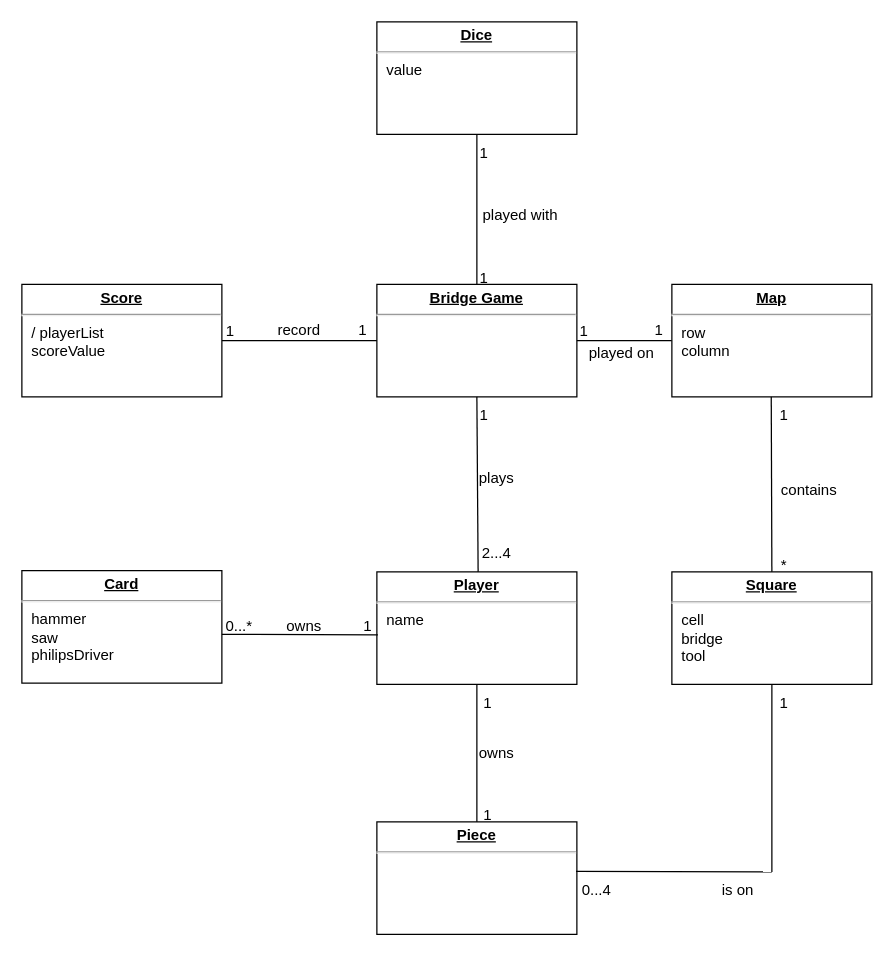
Earlier version of the draw.io diagram diagram/DomainModel.drawio (iGH01gi/SE_Term_Project). Source tidied: cells renumbered, new cells numbered last; positions are measured from the earlier drawing's top-left corner, leaving out a move shared by most shapes. Both pictures are drawn from the tidied source at 125%, with x=0, y=0 at pixel (21, 21).
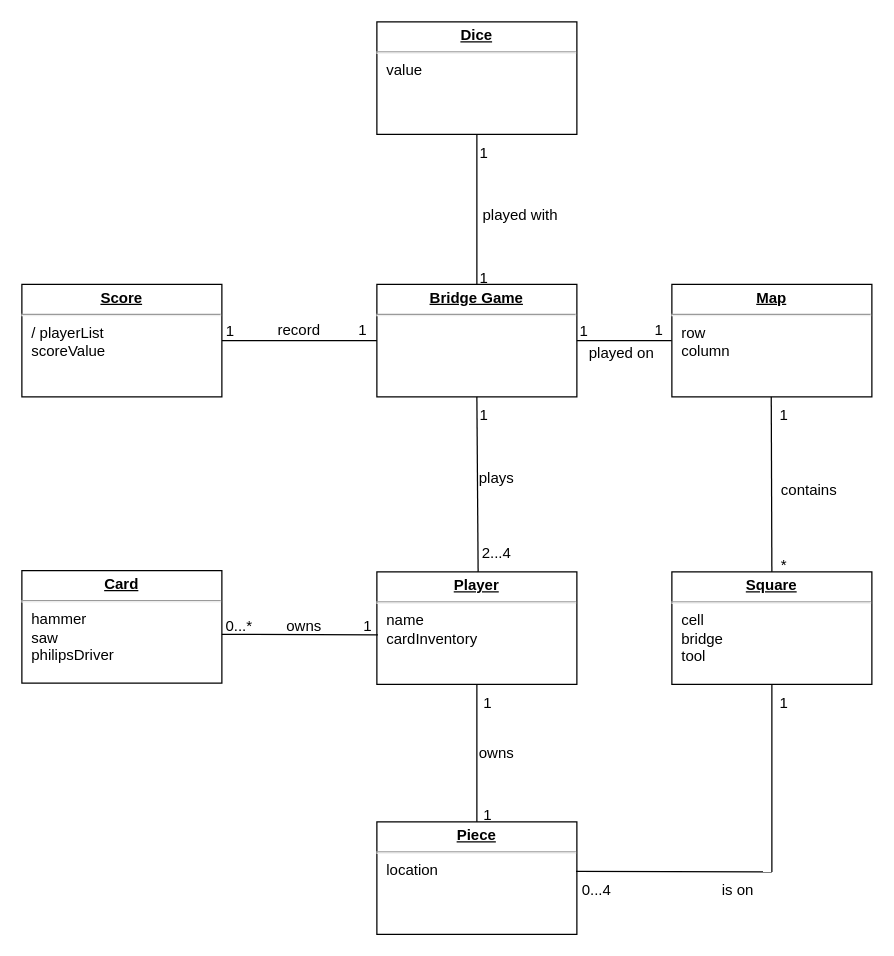
After the change.

What changed in the source:
```diff
@@
-    <mxCell id="2" value="&lt;p style=&quot;margin:0px;margin-top:4px;text-align:center;text-decoration:underline;&quot;&gt;&lt;b&gt;Player&lt;/b&gt;&lt;/p&gt;&lt;hr&gt;&lt;p style=&quot;margin:0px;margin-left:8px;&quot;&gt;name&lt;/p&gt;&lt;p style=&quot;margin:0px;margin-left:8px;&quot;&gt;&lt;br&gt;&lt;/p&gt;" style="verticalAlign=top;align=left;overflow=fill;fontSize=12;fontFamily=Helvetica;html=1;" parent="1" vertex="1">
+    <mxCell id="2" value="&lt;p style=&quot;margin:0px;margin-top:4px;text-align:center;text-decoration:underline;&quot;&gt;&lt;b&gt;Player&lt;/b&gt;&lt;/p&gt;&lt;hr&gt;&lt;p style=&quot;margin:0px;margin-left:8px;&quot;&gt;name&lt;/p&gt;&lt;p style=&quot;margin:0px;margin-left:8px;&quot;&gt;cardInventory&lt;/p&gt;" style="verticalAlign=top;align=left;overflow=fill;fontSize=12;fontFamily=Helvetica;html=1;" parent="1" vertex="1">
       <mxGeometry x="284" y="440" width="160" height="90" as="geometry" />
     </mxCell>
@@
-    <mxCell id="17" value="&lt;p style=&quot;margin:0px;margin-top:4px;text-align:center;text-decoration:underline;&quot;&gt;&lt;b&gt;Piece&lt;/b&gt;&lt;/p&gt;&lt;hr&gt;&lt;p style=&quot;margin:0px;margin-left:8px;&quot;&gt;&lt;br&gt;&lt;/p&gt;" style="verticalAlign=top;align=left;overflow=fill;fontSize=12;fontFamily=Helvetica;html=1;" parent="1" vertex="1">
+    <mxCell id="17" value="&lt;p style=&quot;margin:0px;margin-top:4px;text-align:center;text-decoration:underline;&quot;&gt;&lt;b&gt;Piece&lt;/b&gt;&lt;/p&gt;&lt;hr&gt;&lt;p style=&quot;margin:0px;margin-left:8px;&quot;&gt;location&lt;/p&gt;" style="verticalAlign=top;align=left;overflow=fill;fontSize=12;fontFamily=Helvetica;html=1;" parent="1" vertex="1">
       <mxGeometry x="284" y="640" width="160" height="90" as="geometry" />
     </mxCell>
```
